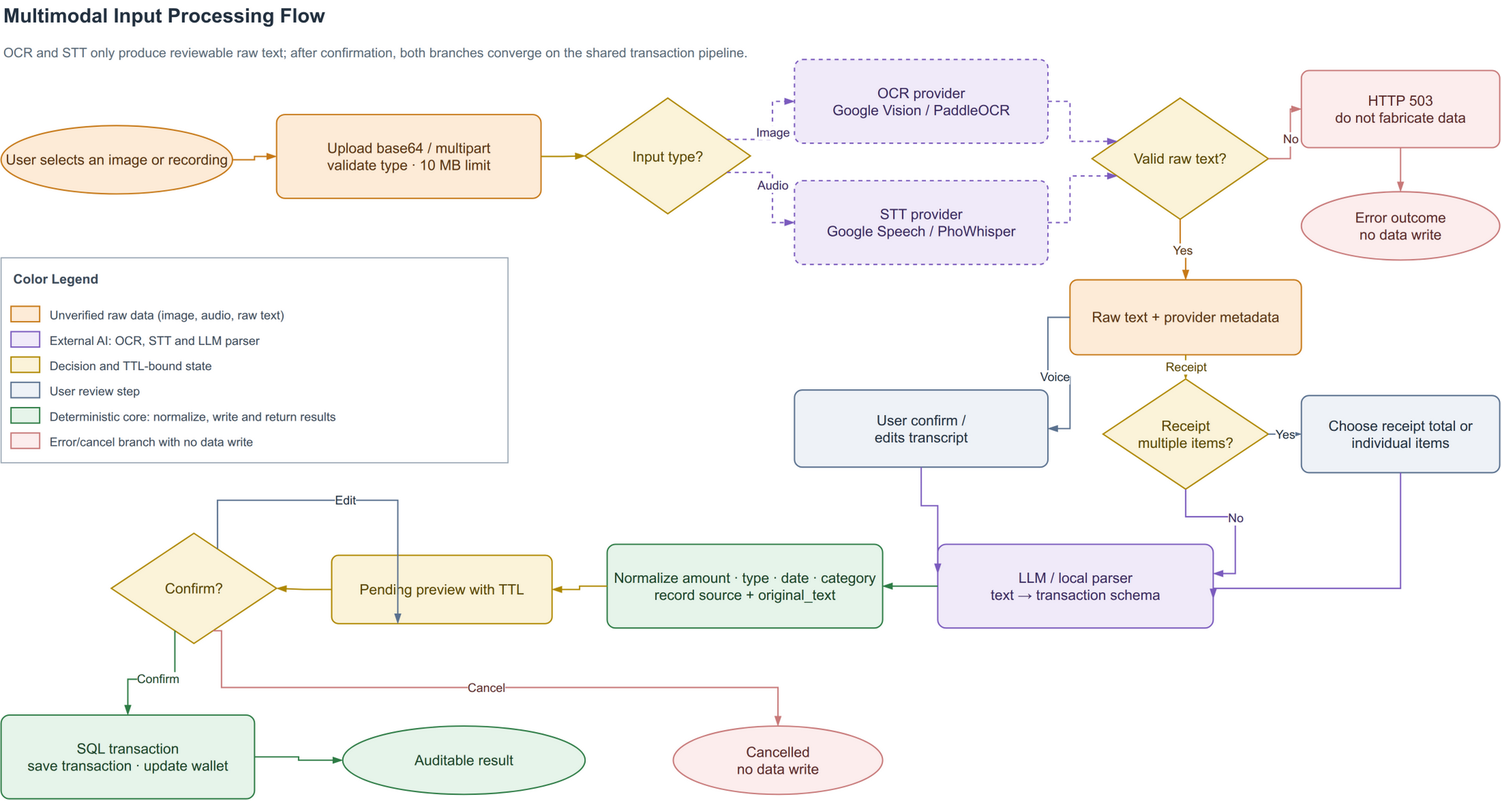
This is latex/figures/rendered/09-multimodal-flow.png from ngthtrong/perfin-nienluan, a draw.io export, as it was before one commit. Source tidied: cells renumbered, new cells last; positions are measured from the earlier drawing's top-left corner, leaving out a move shared by most shapes.
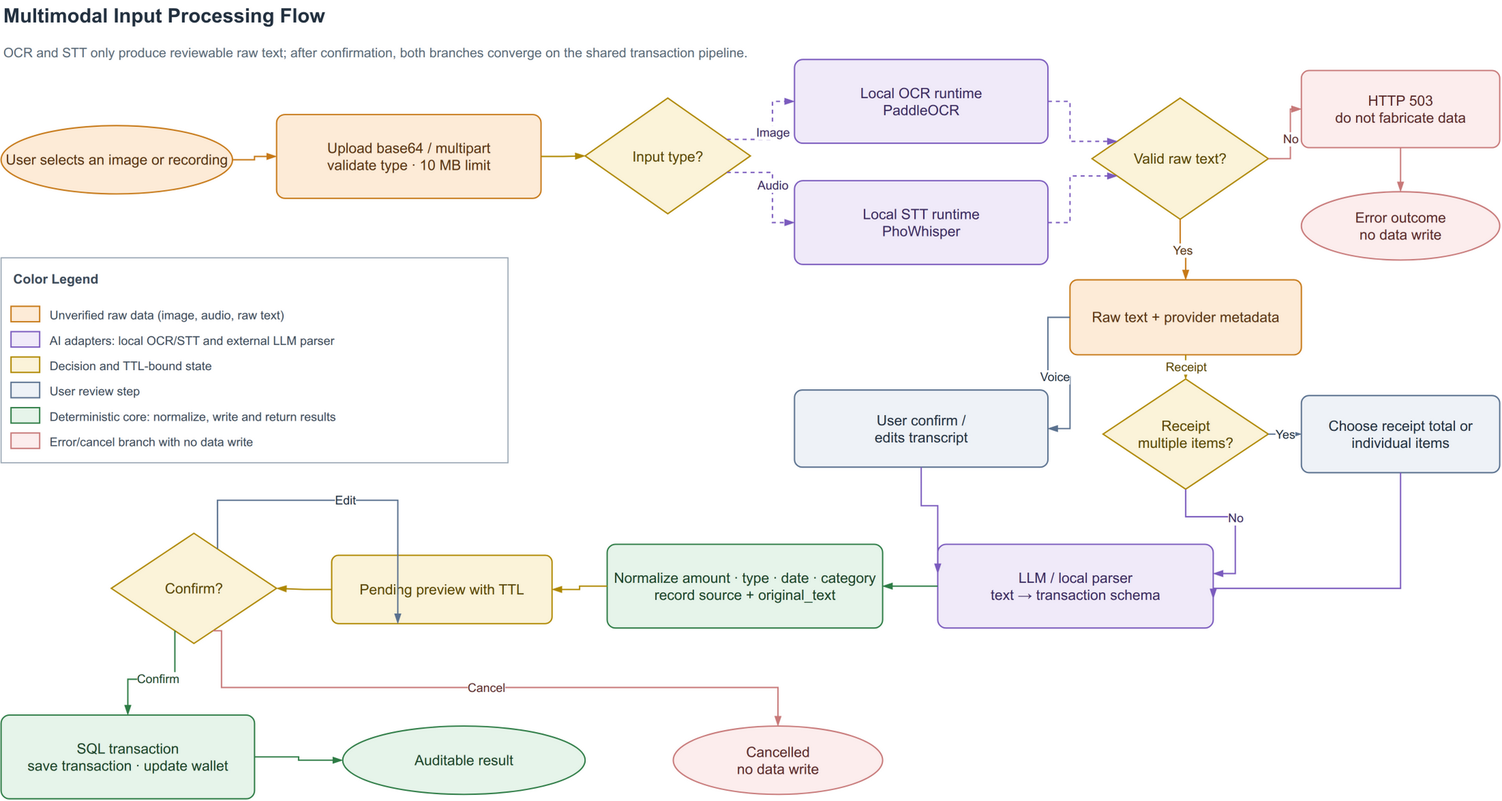
Above is the later version.

The edit, as a diff of the source:
```diff
@@ -17,10 +17,10 @@
     <mxCell id="6" value="Input type?" style="rhombus;whiteSpace=wrap;html=1;spacing=5;align=center;verticalAlign=middle;fillColor=#FBF3D9;strokeColor=#B08900;fontColor=#5A4700;fontSize=13;strokeWidth=1.2;" parent="1" vertex="1">
       <mxGeometry x="530" y="89" width="150" height="105" as="geometry" />
     </mxCell>
-    <mxCell id="7" value="OCR provider&#10;Google Vision / PaddleOCR" style="rounded=1;arcSize=10;whiteSpace=wrap;html=1;spacing=6;align=center;verticalAlign=middle;fillColor=#F0EAF9;strokeColor=#7C5CBF;fontColor=#3A2A5F;fontSize=13;strokeWidth=1.2;dashed=1;" parent="1" vertex="1">
+    <mxCell id="7" value="Local OCR runtime&#10;PaddleOCR" style="rounded=1;arcSize=10;whiteSpace=wrap;html=1;spacing=6;align=center;verticalAlign=middle;fillColor=#F0EAF9;strokeColor=#7C5CBF;fontColor=#3A2A5F;fontSize=13;strokeWidth=1.2;" parent="1" vertex="1">
       <mxGeometry x="720" y="54" width="230" height="76" as="geometry" />
     </mxCell>
-    <mxCell id="8" value="STT provider&#10;Google Speech / PhoWhisper" style="rounded=1;arcSize=10;whiteSpace=wrap;html=1;spacing=6;align=center;verticalAlign=middle;fillColor=#F0EAF9;strokeColor=#7C5CBF;fontColor=#3A2A5F;fontSize=13;strokeWidth=1.2;dashed=1;" parent="1" vertex="1">
+    <mxCell id="8" value="Local STT runtime&#10;PhoWhisper" style="rounded=1;arcSize=10;whiteSpace=wrap;html=1;spacing=6;align=center;verticalAlign=middle;fillColor=#F0EAF9;strokeColor=#7C5CBF;fontColor=#3A2A5F;fontSize=13;strokeWidth=1.2;" parent="1" vertex="1">
       <mxGeometry x="720" y="164" width="230" height="76" as="geometry" />
     </mxCell>
     <mxCell id="9" value="Valid raw text?" style="rhombus;whiteSpace=wrap;html=1;spacing=5;align=center;verticalAlign=middle;fillColor=#FBF3D9;strokeColor=#B08900;fontColor=#5A4700;fontSize=13;strokeWidth=1.2;" parent="1" vertex="1">
@@ -161,7 +161,7 @@
     <mxCell id="48" style="rounded=0;html=1;fillColor=#F0EAF9;strokeColor=#7C5CBF;strokeWidth=1.2;" parent="1" vertex="1">
       <mxGeometry x="9" y="301" width="26" height="14" as="geometry" />
     </mxCell>
-    <mxCell id="49" value="External AI: OCR, STT and LLM parser" style="text;html=1;align=left;verticalAlign=middle;fontSize=11;fontColor=#3D4B5A;whiteSpace=wrap;" parent="1" vertex="1">
+    <mxCell id="49" value="AI adapters: local OCR/STT and external LLM parser" style="text;html=1;align=left;verticalAlign=middle;fontSize=11;fontColor=#3D4B5A;whiteSpace=wrap;" parent="1" vertex="1">
       <mxGeometry x="42" y="297" width="404" height="23" as="geometry" />
     </mxCell>
     <mxCell id="50" style="rounded=0;html=1;fillColor=#FBF3D9;strokeColor=#B08900;strokeWidth=1.2;" parent="1" vertex="1">
```
